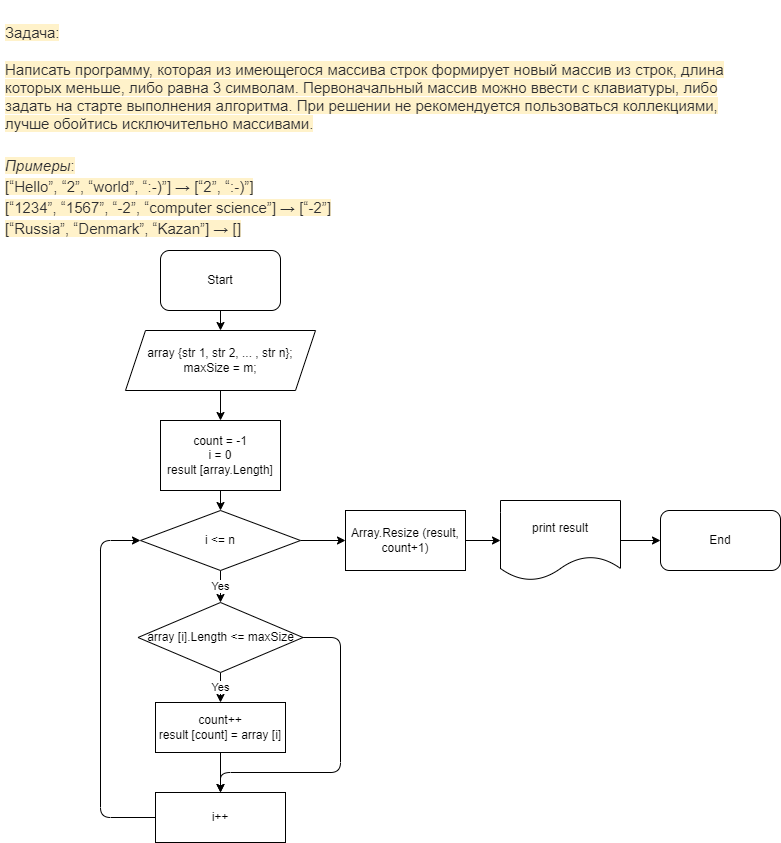
Above: images/Diagram.drawio.png in BLI3980/GB_1stQuarter_Testwork (draw.io), before the change. Source tidied: cells renumbered, new cells last; positions are measured from the earlier drawing's top-left corner, leaving out a move shared by most shapes.
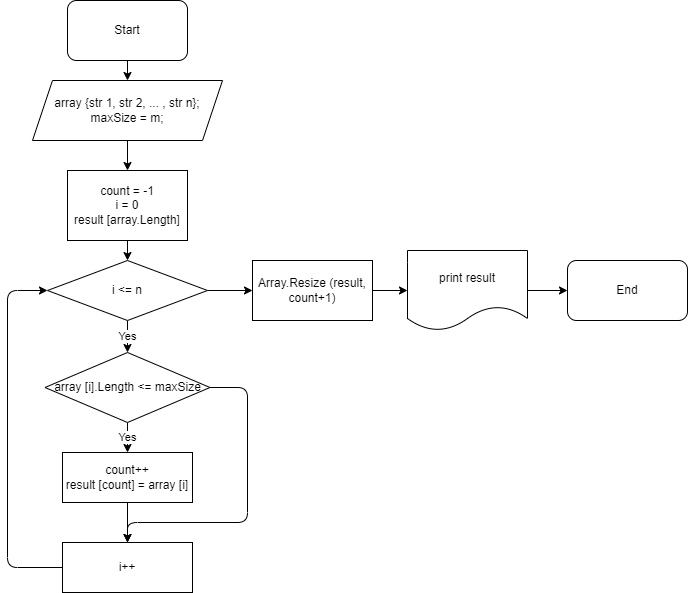
The same file after the commit.

Commit message:
Corrected the diagram

Diff of the diagram source:
```diff
@@ -1,10 +1,7 @@
-<mxGraphModel background="#ffffff">
+<mxGraphModel>
   <root>
     <mxCell id="0" />
     <mxCell id="1" parent="0" />
-    <mxCell id="2" value="&lt;h1&gt;&lt;span style=&quot;background-color: rgb(255 , 242 , 202) ; font-size: 15px ; color: rgb(44 , 45 , 48) ; font-family: &amp;#34;roboto&amp;#34; , &amp;#34;san francisco&amp;#34; , &amp;#34;helvetica neue&amp;#34; , &amp;#34;helvetica&amp;#34; , &amp;#34;arial&amp;#34; ; font-weight: normal&quot;&gt;Задача:&lt;/span&gt;&lt;br&gt;&lt;/h1&gt;&lt;p&gt;&lt;span style=&quot;color: rgb(44 , 45 , 48) ; font-family: &amp;#34;roboto&amp;#34; , &amp;#34;san francisco&amp;#34; , &amp;#34;helvetica neue&amp;#34; , &amp;#34;helvetica&amp;#34; , &amp;#34;arial&amp;#34; ; font-size: 15px ; background-color: rgb(255 , 242 , 202)&quot;&gt;Написать программу, которая из имеющегося массива строк формирует новый массив из строк, длина которых меньше, либо равна 3 символам. Первоначальный массив можно ввести с клавиатуры, либо задать на старте выполнения алгоритма. При решении не рекомендуется пользоваться коллекциями, лучше обойтись исключительно массивами.&lt;/span&gt;&lt;br style=&quot;box-sizing: border-box ; color: rgb(44 , 45 , 48) ; font-family: &amp;#34;roboto&amp;#34; , &amp;#34;san francisco&amp;#34; , &amp;#34;helvetica neue&amp;#34; , &amp;#34;helvetica&amp;#34; , &amp;#34;arial&amp;#34; ; font-size: 15px ; background-color: rgb(255 , 242 , 202)&quot;&gt;&lt;a href=&quot;https://gb.ru/lessons/261750&quot; target=&quot;_blank&quot; style=&quot;box-sizing: border-box ; background-color: rgb(255 , 242 , 202) ; color: rgb(37 , 133 , 238) ; cursor: pointer ; font-family: &amp;#34;roboto&amp;#34; , &amp;#34;san francisco&amp;#34; , &amp;#34;helvetica neue&amp;#34; , &amp;#34;helvetica&amp;#34; , &amp;#34;arial&amp;#34; ; font-size: 15px&quot;&gt;&lt;/a&gt;&lt;br style=&quot;box-sizing: border-box ; color: rgb(44 , 45 , 48) ; font-family: &amp;#34;roboto&amp;#34; , &amp;#34;san francisco&amp;#34; , &amp;#34;helvetica neue&amp;#34; , &amp;#34;helvetica&amp;#34; , &amp;#34;arial&amp;#34; ; font-size: 15px ; background-color: rgb(255 , 242 , 202)&quot;&gt;&lt;em style=&quot;box-sizing: border-box ; color: rgb(44 , 45 , 48) ; font-family: &amp;#34;roboto&amp;#34; , &amp;#34;san francisco&amp;#34; , &amp;#34;helvetica neue&amp;#34; , &amp;#34;helvetica&amp;#34; , &amp;#34;arial&amp;#34; ; font-size: 15px ; background-color: rgb(255 , 242 , 202)&quot;&gt;Примеры&lt;/em&gt;&lt;span style=&quot;color: rgb(44 , 45 , 48) ; font-family: &amp;#34;roboto&amp;#34; , &amp;#34;san francisco&amp;#34; , &amp;#34;helvetica neue&amp;#34; , &amp;#34;helvetica&amp;#34; , &amp;#34;arial&amp;#34; ; font-size: 15px ; background-color: rgb(255 , 242 , 202)&quot;&gt;:&lt;/span&gt;&lt;br style=&quot;box-sizing: border-box ; color: rgb(44 , 45 , 48) ; font-family: &amp;#34;roboto&amp;#34; , &amp;#34;san francisco&amp;#34; , &amp;#34;helvetica neue&amp;#34; , &amp;#34;helvetica&amp;#34; , &amp;#34;arial&amp;#34; ; font-size: 15px ; background-color: rgb(255 , 242 , 202)&quot;&gt;&lt;span style=&quot;color: rgb(44 , 45 , 48) ; font-family: &amp;#34;roboto&amp;#34; , &amp;#34;san francisco&amp;#34; , &amp;#34;helvetica neue&amp;#34; , &amp;#34;helvetica&amp;#34; , &amp;#34;arial&amp;#34; ; font-size: 15px ; background-color: rgb(255 , 242 , 202)&quot;&gt;[“Hello”, “2”, “world”, “:-)”] → [“2”, “:-)”]&lt;/span&gt;&lt;br style=&quot;box-sizing: border-box ; color: rgb(44 , 45 , 48) ; font-family: &amp;#34;roboto&amp;#34; , &amp;#34;san francisco&amp;#34; , &amp;#34;helvetica neue&amp;#34; , &amp;#34;helvetica&amp;#34; , &amp;#34;arial&amp;#34; ; font-size: 15px ; background-color: rgb(255 , 242 , 202)&quot;&gt;&lt;span style=&quot;color: rgb(44 , 45 , 48) ; font-family: &amp;#34;roboto&amp;#34; , &amp;#34;san francisco&amp;#34; , &amp;#34;helvetica neue&amp;#34; , &amp;#34;helvetica&amp;#34; , &amp;#34;arial&amp;#34; ; font-size: 15px ; background-color: rgb(255 , 242 , 202)&quot;&gt;[“1234”, “1567”, “-2”, “computer science”] → [“-2”]&lt;/span&gt;&lt;br style=&quot;box-sizing: border-box ; color: rgb(44 , 45 , 48) ; font-family: &amp;#34;roboto&amp;#34; , &amp;#34;san francisco&amp;#34; , &amp;#34;helvetica neue&amp;#34; , &amp;#34;helvetica&amp;#34; , &amp;#34;arial&amp;#34; ; font-size: 15px ; background-color: rgb(255 , 242 , 202)&quot;&gt;&lt;span style=&quot;color: rgb(44 , 45 , 48) ; font-family: &amp;#34;roboto&amp;#34; , &amp;#34;san francisco&amp;#34; , &amp;#34;helvetica neue&amp;#34; , &amp;#34;helvetica&amp;#34; , &amp;#34;arial&amp;#34; ; font-size: 15px ; background-color: rgb(255 , 242 , 202)&quot;&gt;[“Russia”, “Denmark”, “Kazan”] → []&lt;/span&gt;&lt;br&gt;&lt;/p&gt;" style="text;html=1;strokeColor=none;fillColor=none;spacing=5;spacingTop=-20;whiteSpace=wrap;overflow=hidden;rounded=0;" parent="1" vertex="1">
-      <mxGeometry width="740" height="230" as="geometry" />
-    </mxCell>
     <mxCell id="3" style="edgeStyle=none;html=1;exitX=0.5;exitY=1;exitDx=0;exitDy=0;entryX=0.5;entryY=0;entryDx=0;entryDy=0;" parent="1" edge="1" source="4" target="6">
       <mxGeometry relative="1" as="geometry" />
     </mxCell>
```
